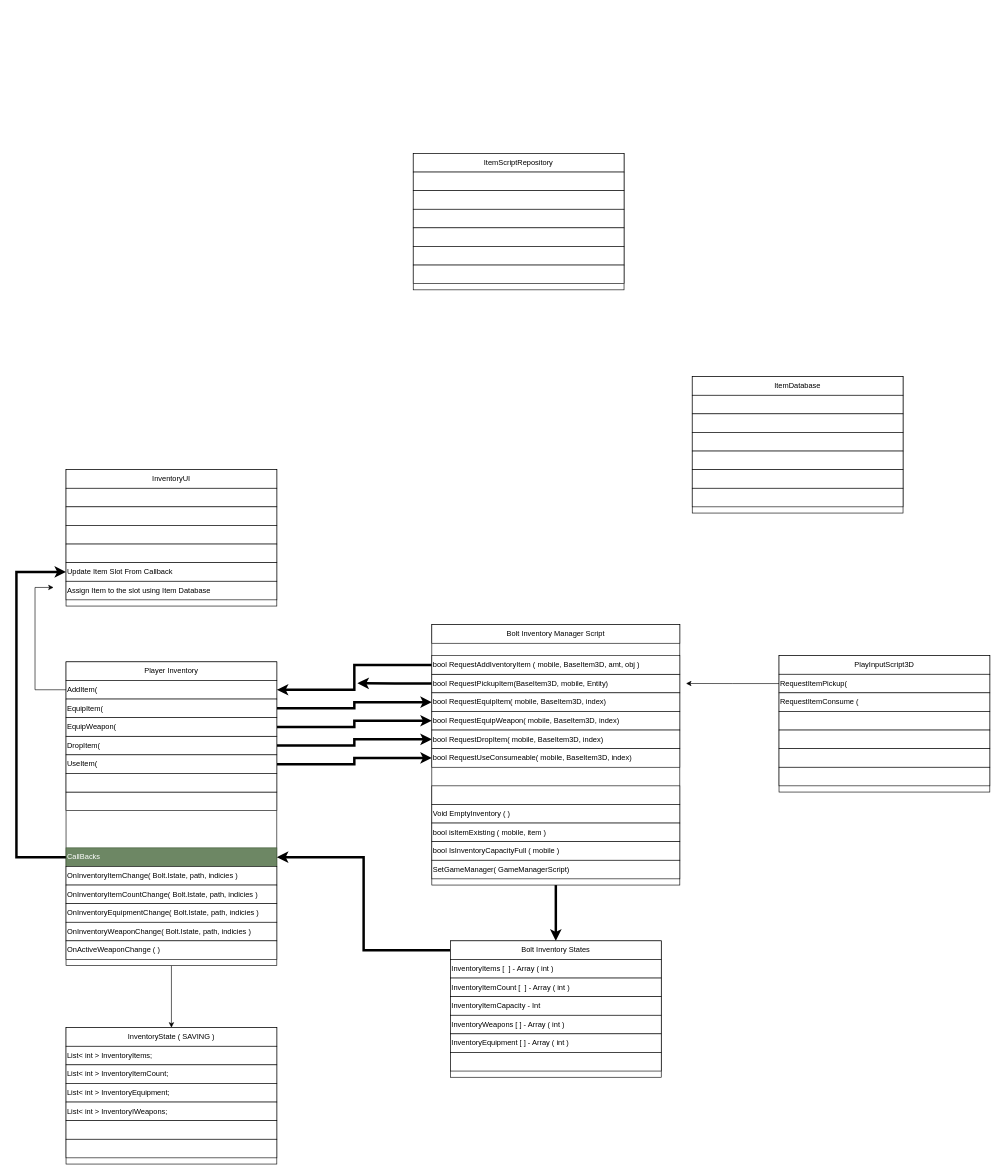
relicright/Unity keeps this draw.io diagram as InventorySystem.drawio. Above is the earlier version. Source tidied: cells renumbered, new cells numbered last; positions are measured from the earlier drawing's top-left corner, leaving out a move shared by most shapes. Both pictures are drawn from the tidied source at 62%, with x=0, y=0 at pixel (16, 153).
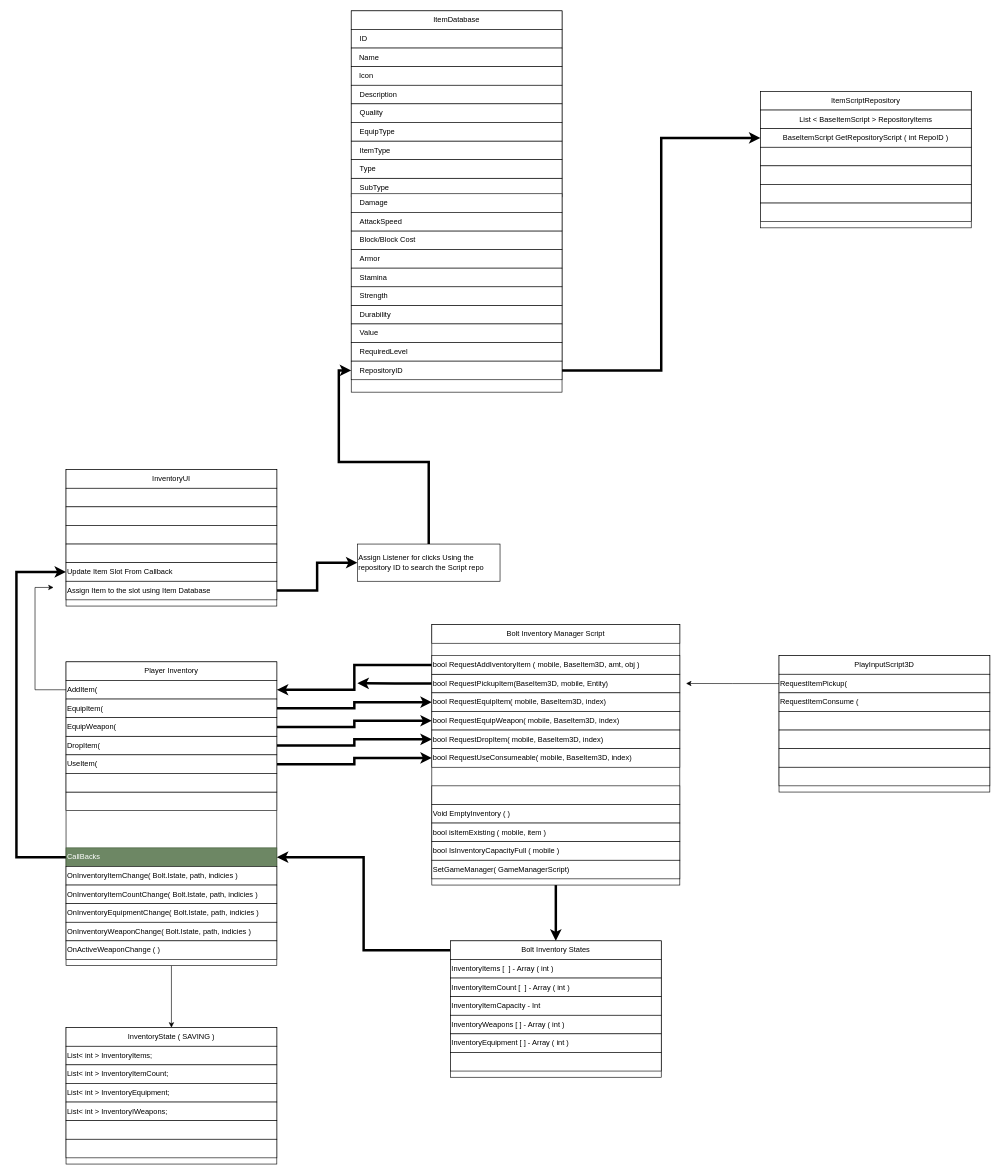
Above is the later version.

The change refers to these unchanged cells:
```xml
<mxCell id="32" value="Assign Item to the slot using Item Database" style="rounded=0;whiteSpace=wrap;html=1;align=left;" parent="1" vertex="1">
  <mxGeometry x="80" y="690" width="340" height="30" as="geometry" />
</mxCell>
```

Diff of the diagram source:
```diff
@@
+    <mxCell id="90" style="edgeStyle=orthogonalEdgeStyle;rounded=0;jettySize=auto;html=1;exitX=1;exitY=0.5;exitDx=0;exitDy=0;entryX=0;entryY=0.5;entryDx=0;entryDy=0;strokeWidth=4;" parent="1" edge="1" source="32" target="92">
+      <mxGeometry relative="1" as="geometry" />
+    </mxCell>
@@
     <mxCell id="44" style="rounded=0;whiteSpace=wrap;html=1;" parent="1" vertex="1">
-      <mxGeometry x="1090" y="360" width="340" height="220" as="geometry" />
+      <mxGeometry x="540" y="-230" width="340" height="615" as="geometry" />
     </mxCell>
     <mxCell id="45" value="ItemDatabase" style="rounded=0;whiteSpace=wrap;html=1;" parent="1" vertex="1">
-      <mxGeometry x="1090" y="360" width="340" height="30" as="geometry" />
+      <mxGeometry x="540" y="-230" width="340" height="30" as="geometry" />
     </mxCell>
-    <mxCell id="46" style="rounded=0;whiteSpace=wrap;html=1;" parent="1" vertex="1">
-      <mxGeometry x="1090" y="390" width="340" height="30" as="geometry" />
+    <mxCell id="46" value="ID" style="rounded=0;whiteSpace=wrap;html=1;align=left;spacingLeft=12;" parent="1" vertex="1">
+      <mxGeometry x="540" y="-200" width="340" height="30" as="geometry" />
     </mxCell>
-    <mxCell id="47" style="rounded=0;whiteSpace=wrap;html=1;" parent="1" vertex="1">
-      <mxGeometry x="1090" y="420" width="340" height="30" as="geometry" />
+    <mxCell id="47" value="Name" style="rounded=0;whiteSpace=wrap;html=1;align=left;spacingLeft=11;" parent="1" vertex="1">
+      <mxGeometry x="540" y="-170" width="340" height="30" as="geometry" />
     </mxCell>
-    <mxCell id="48" style="rounded=0;whiteSpace=wrap;html=1;" parent="1" vertex="1">
-      <mxGeometry x="1090" y="450" width="340" height="30" as="geometry" />
+    <mxCell id="48" value="Icon" style="rounded=0;whiteSpace=wrap;html=1;align=left;spacingLeft=11;" parent="1" vertex="1">
+      <mxGeometry x="540" y="-140" width="340" height="30" as="geometry" />
     </mxCell>
-    <mxCell id="49" style="rounded=0;whiteSpace=wrap;html=1;" parent="1" vertex="1">
-      <mxGeometry x="1090" y="480" width="340" height="30" as="geometry" />
+    <mxCell id="49" value="Description" style="rounded=0;whiteSpace=wrap;html=1;align=left;spacingLeft=12;" parent="1" vertex="1">
+      <mxGeometry x="540" y="-110" width="340" height="30" as="geometry" />
     </mxCell>
-    <mxCell id="50" style="rounded=0;whiteSpace=wrap;html=1;" parent="1" vertex="1">
-      <mxGeometry x="1090" y="510" width="340" height="30" as="geometry" />
+    <mxCell id="50" value="Quality" style="rounded=0;whiteSpace=wrap;html=1;align=left;spacingLeft=12;" parent="1" vertex="1">
+      <mxGeometry x="540" y="-80" width="340" height="30" as="geometry" />
     </mxCell>
-    <mxCell id="51" style="rounded=0;whiteSpace=wrap;html=1;" parent="1" vertex="1">
-      <mxGeometry x="1090" y="540" width="340" height="30" as="geometry" />
+    <mxCell id="51" value="ItemType" style="rounded=0;whiteSpace=wrap;html=1;align=left;spacingLeft=12;" parent="1" vertex="1">
+      <mxGeometry x="540" y="-20" width="340" height="30" as="geometry" />
     </mxCell>
     <mxCell id="52" style="rounded=0;whiteSpace=wrap;html=1;" parent="1" vertex="1">
-      <mxGeometry x="640" width="340" height="220" as="geometry" />
+      <mxGeometry x="1200" y="-100" width="340" height="220" as="geometry" />
     </mxCell>
     <mxCell id="53" value="ItemScriptRepository" style="rounded=0;whiteSpace=wrap;html=1;" parent="1" vertex="1">
-      <mxGeometry x="640" width="340" height="30" as="geometry" />
+      <mxGeometry x="1200" y="-100" width="340" height="30" as="geometry" />
     </mxCell>
-    <mxCell id="54" style="rounded=0;whiteSpace=wrap;html=1;" parent="1" vertex="1">
-      <mxGeometry x="640" y="30" width="340" height="30" as="geometry" />
+    <mxCell id="54" value="List &amp;lt; BaseItemScript &amp;gt; RepositoryItems" style="rounded=0;whiteSpace=wrap;html=1;" parent="1" vertex="1">
+      <mxGeometry x="1200" y="-70" width="340" height="30" as="geometry" />
     </mxCell>
-    <mxCell id="55" style="rounded=0;whiteSpace=wrap;html=1;" parent="1" vertex="1">
-      <mxGeometry x="640" y="60" width="340" height="30" as="geometry" />
+    <mxCell id="55" value="BaseItemScript GetRepositoryScript ( int RepoID )" style="rounded=0;whiteSpace=wrap;html=1;" parent="1" vertex="1">
+      <mxGeometry x="1200" y="-40" width="340" height="30" as="geometry" />
     </mxCell>
     <mxCell id="56" style="rounded=0;whiteSpace=wrap;html=1;" parent="1" vertex="1">
-      <mxGeometry x="640" y="90" width="340" height="30" as="geometry" />
+      <mxGeometry x="1200" y="-10" width="340" height="30" as="geometry" />
     </mxCell>
     <mxCell id="57" style="rounded=0;whiteSpace=wrap;html=1;" parent="1" vertex="1">
-      <mxGeometry x="640" y="120" width="340" height="30" as="geometry" />
+      <mxGeometry x="1200" y="20" width="340" height="30" as="geometry" />
     </mxCell>
     <mxCell id="58" style="rounded=0;whiteSpace=wrap;html=1;" parent="1" vertex="1">
-      <mxGeometry x="640" y="150" width="340" height="30" as="geometry" />
+      <mxGeometry x="1200" y="50" width="340" height="30" as="geometry" />
     </mxCell>
     <mxCell id="59" style="rounded=0;whiteSpace=wrap;html=1;" parent="1" vertex="1">
-      <mxGeometry x="640" y="180" width="340" height="30" as="geometry" />
+      <mxGeometry x="1200" y="80" width="340" height="30" as="geometry" />
     </mxCell>
@@
+    <mxCell id="91" style="edgeStyle=orthogonalEdgeStyle;rounded=0;jettySize=auto;html=1;exitX=0.5;exitY=0;exitDx=0;exitDy=0;entryX=0;entryY=0.5;entryDx=0;entryDy=0;strokeWidth=4;" parent="1" edge="1" source="92" target="106">
+      <mxGeometry relative="1" as="geometry" />
+    </mxCell>
+    <mxCell id="92" value="&lt;div&gt;Assign Listener for clicks Using the repository ID to search the Script repo&lt;br&gt;&lt;/div&gt;" style="rounded=0;whiteSpace=wrap;html=1;align=left;" parent="1" vertex="1">
+      <mxGeometry x="550" y="630" width="230" height="60" as="geometry" />
+    </mxCell>
+    <mxCell id="93" value="EquipType" style="rounded=0;whiteSpace=wrap;html=1;align=left;spacingLeft=12;" parent="1" vertex="1">
+      <mxGeometry x="540" y="-50" width="340" height="30" as="geometry" />
+    </mxCell>
+    <mxCell id="94" value="Block/Block Cost" style="rounded=0;whiteSpace=wrap;html=1;align=left;spacingLeft=12;" parent="1" vertex="1">
+      <mxGeometry x="540" y="125" width="340" height="30" as="geometry" />
+    </mxCell>
+    <mxCell id="95" value="SubType" style="rounded=0;whiteSpace=wrap;html=1;align=left;spacingLeft=12;" parent="1" vertex="1">
+      <mxGeometry x="540" y="40" width="340" height="30" as="geometry" />
+    </mxCell>
+    <mxCell id="96" value="Damage" style="rounded=0;whiteSpace=wrap;html=1;align=left;spacingLeft=12;" parent="1" vertex="1">
+      <mxGeometry x="540" y="65" width="340" height="30" as="geometry" />
+    </mxCell>
+    <mxCell id="97" value="AttackSpeed" style="rounded=0;whiteSpace=wrap;html=1;align=left;spacingLeft=12;" parent="1" vertex="1">
+      <mxGeometry x="540" y="95" width="340" height="30" as="geometry" />
+    </mxCell>
+    <mxCell id="98" value="Durability" style="rounded=0;whiteSpace=wrap;html=1;align=left;spacingLeft=12;" parent="1" vertex="1">
+      <mxGeometry x="540" y="245" width="340" height="30" as="geometry" />
+    </mxCell>
+    <mxCell id="99" value="Armor" style="rounded=0;whiteSpace=wrap;html=1;align=left;spacingLeft=12;" parent="1" vertex="1">
+      <mxGeometry x="540" y="155" width="340" height="30" as="geometry" />
+    </mxCell>
+    <mxCell id="100" value="Type" style="rounded=0;whiteSpace=wrap;html=1;align=left;spacingLeft=12;" parent="1" vertex="1">
+      <mxGeometry x="540" y="10" width="340" height="30" as="geometry" />
+    </mxCell>
+    <mxCell id="101" value="Strength" style="rounded=0;whiteSpace=wrap;html=1;align=left;spacingLeft=12;" parent="1" vertex="1">
+      <mxGeometry x="540" y="215" width="340" height="30" as="geometry" />
+    </mxCell>
+    <mxCell id="102" value="Stamina" style="rounded=0;whiteSpace=wrap;html=1;align=left;spacingLeft=12;" parent="1" vertex="1">
+      <mxGeometry x="540" y="185" width="340" height="30" as="geometry" />
+    </mxCell>
+    <mxCell id="103" value="Value" style="rounded=0;whiteSpace=wrap;html=1;align=left;spacingLeft=12;" parent="1" vertex="1">
+      <mxGeometry x="540" y="275" width="340" height="30" as="geometry" />
+    </mxCell>
+    <mxCell id="104" value="RequiredLevel" style="rounded=0;whiteSpace=wrap;html=1;align=left;spacingLeft=12;" parent="1" vertex="1">
+      <mxGeometry x="540" y="305" width="340" height="30" as="geometry" />
+    </mxCell>
+    <mxCell id="105" style="edgeStyle=orthogonalEdgeStyle;rounded=0;jettySize=auto;html=1;exitX=1;exitY=0.5;exitDx=0;exitDy=0;entryX=0;entryY=0.5;entryDx=0;entryDy=0;strokeWidth=4;" parent="1" edge="1" source="106" target="55">
+      <mxGeometry relative="1" as="geometry" />
+    </mxCell>
+    <mxCell id="106" value="RepositoryID" style="rounded=0;whiteSpace=wrap;html=1;align=left;spacingLeft=12;" parent="1" vertex="1">
+      <mxGeometry x="540" y="335" width="340" height="30" as="geometry" />
+    </mxCell>
```
